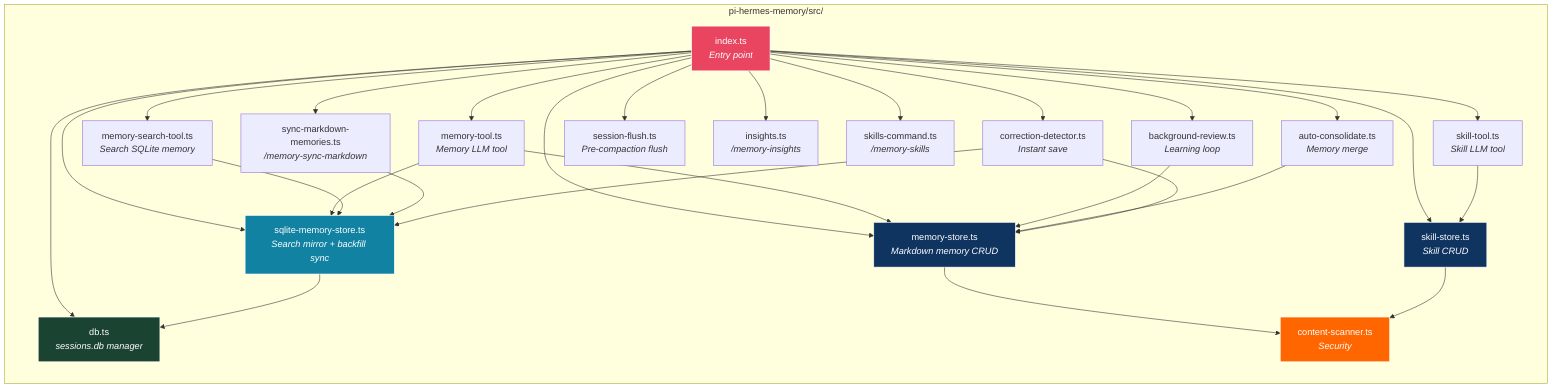
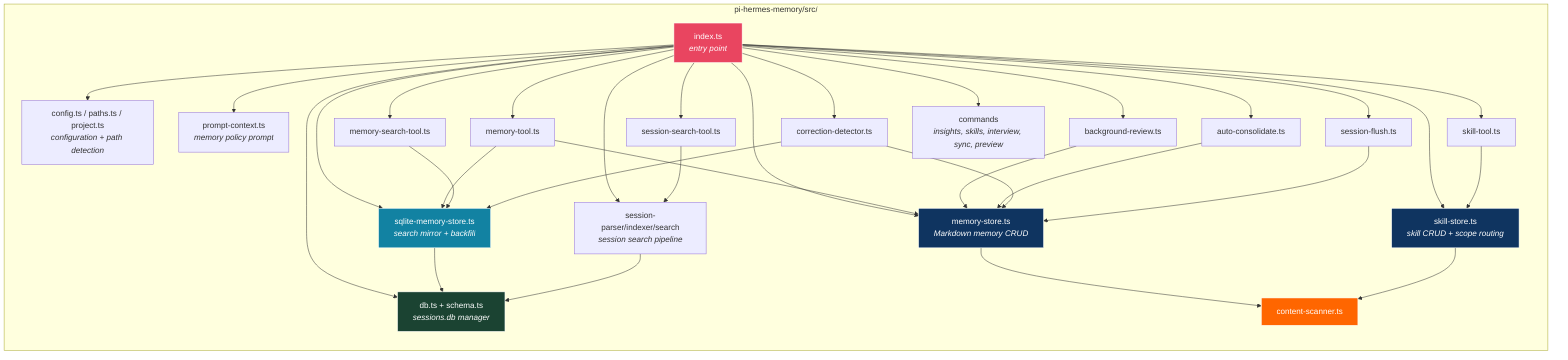
graph LR
    subgraph "pi-hermes-memory/src/"
-         IDX["index.ts<br/><i>Entry point</i>"]
+         IDX["index.ts<br/><i>entry point</i>"]
+         CFG["config.ts / paths.ts / project.ts<br/><i>configuration + path detection</i>"]
+         PC["prompt-context.ts<br/><i>memory policy prompt</i>"]
        MS["memory-store.ts<br/><i>Markdown memory CRUD</i>"]
-         SSM["sqlite-memory-store.ts<br/><i>Search mirror + backfill sync</i>"]
-         DB["db.ts<br/><i>sessions.db manager</i>"]
-         SS["skill-store.ts<br/><i>Skill CRUD</i>"]
-         MT["memory-tool.ts<br/><i>Memory LLM tool</i>"]
-         MST["memory-search-tool.ts<br/><i>Search SQLite memory</i>"]
-         ST["skill-tool.ts<br/><i>Skill LLM tool</i>"]
-         CS["content-scanner.ts<br/><i>Security</i>"]
-         BR["background-review.ts<br/><i>Learning loop</i>"]
-         AC["auto-consolidate.ts<br/><i>Memory merge</i>"]
-         CD["correction-detector.ts<br/><i>Instant save</i>"]
-         SF["session-flush.ts<br/><i>Pre-compaction flush</i>"]
-         IN["insights.ts<br/><i>/memory-insights</i>"]
-         SC["skills-command.ts<br/><i>/memory-skills</i>"]
-         SM["sync-markdown-memories.ts<br/><i>/memory-sync-markdown</i>"]
+         SSM["sqlite-memory-store.ts<br/><i>search mirror + backfill</i>"]
+         DB["db.ts + schema.ts<br/><i>sessions.db manager</i>"]
+         SI["session-parser/indexer/search<br/><i>session search pipeline</i>"]
+         SS["skill-store.ts<br/><i>skill CRUD + scope routing</i>"]
+         MT["memory-tool.ts"]
+         MST["memory-search-tool.ts"]
+         SST["session-search-tool.ts"]
+         ST["skill-tool.ts"]
+         CS["content-scanner.ts"]
+         BR["background-review.ts"]
+         AC["auto-consolidate.ts"]
+         CD["correction-detector.ts"]
+         SF["session-flush.ts"]
+         CMD["commands<br/><i>insights, skills, interview, sync, preview</i>"]
    end

+     IDX --> CFG
+     IDX --> PC
    IDX --> MS
    IDX --> SSM
    IDX --> DB
+     IDX --> SI
    IDX --> SS
    IDX --> MT
    IDX --> MST
+     IDX --> SST
    IDX --> ST
    IDX --> BR
    IDX --> AC
    IDX --> CD
    IDX --> SF
-     IDX --> IN
-     IDX --> SC
-     IDX --> SM
+     IDX --> CMD

    MT --> MS
    MT --> SSM
    MST --> SSM
-     SM --> SSM
+     SSM --> DB
+     SST --> SI
+     SI --> DB
    ST --> SS
    MS --> CS
    SS --> CS
    BR --> MS
    AC --> MS
    CD --> MS
    CD --> SSM
-     SSM --> DB
+     SF --> MS

    style IDX fill:#e94560,stroke:#fff,color:#fff
    style MS fill:#0f3460,stroke:#fff,color:#fff
    style SSM fill:#1282a2,stroke:#fff,color:#fff
    style DB fill:#1b4332,stroke:#fff,color:#fff
    style SS fill:#0f3460,stroke:#fff,color:#fff
    style CS fill:#ff6600,stroke:#fff,color:#fff
